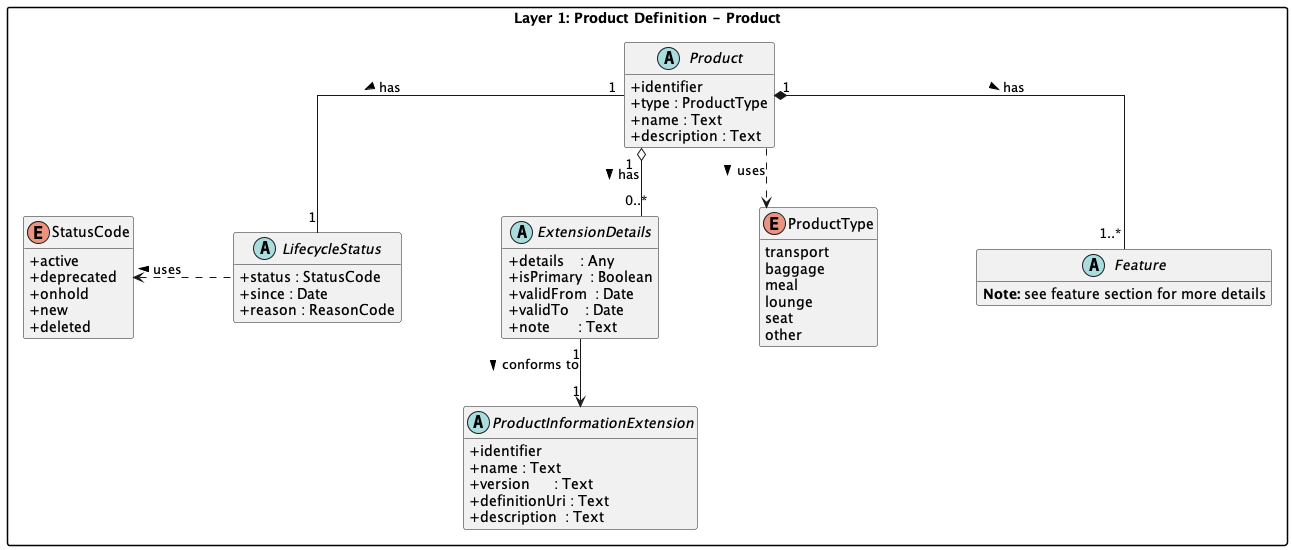
Earlier version of the PlantUML export out/Product&Taxonomy BRD/4.2.2.1 Product/Product Definition-Product/Figure 2  Product Definition v2.png (grbba/product-exchange-demo).
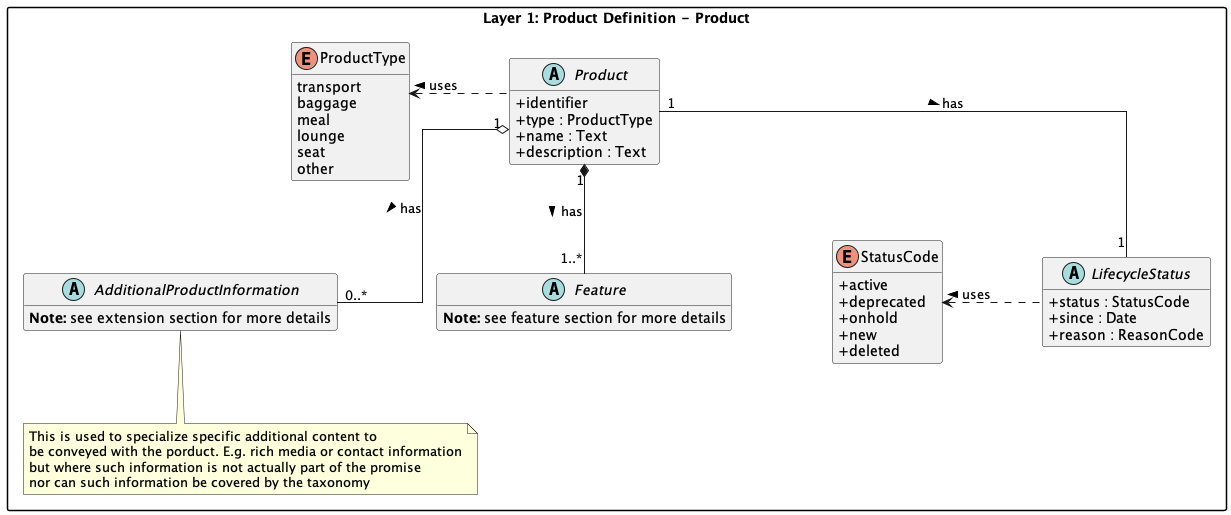
The same file after the commit.

Commit message:
Product definiton and information extension updates

What changed in the source:
```diff
@@ -9,22 +9,20 @@
 
 package "Layer 1: Product Definition - Product" as AFM {
 
-  abstract class ProductInformationExtension {
-    +identifier
-    +name : Text
-    +version      : Text
-    +definitionUri : Text
-    +description  : Text
+
+
+
+  abstract class "AdditionalProductInformation" as ExtensionDetails {
+  <b>Note:</b> see extension section for more details
   }
 
+  note bottom of ExtensionDetails
+  This is used to specialize specific additional content to
+  be conveyed with the porduct. E.g. rich media or contact information
+  but where such information is not actually part of the promise
+  nor can such information be covered by the taxonomy
+  end note
 
-  abstract class ExtensionDetails {
-    +details    : Any
-    +isPrimary  : Boolean
-    +validFrom  : Date
-    +validTo    : Date
-    +note       : Text
-  }
 
  abstract class Product {
   +identifier
@@ -44,7 +42,6 @@
 
 
 Product "1" o-- "0..*" ExtensionDetails : has >
-ExtensionDetails "1" --> "1" ProductInformationExtension : conforms to >
 
 
 abstract class LifecycleStatus {
@@ -63,7 +60,7 @@
 
 Product "1" -- "1" LifecycleStatus : has >
 Product "1" *-- "1..*" Feature : has >
-Product ..> ProductType : uses >
+Product ..l....> ProductType : uses >
 LifecycleStatus  .l.> StatusCode : uses >
 
 abstract class Feature {
```
